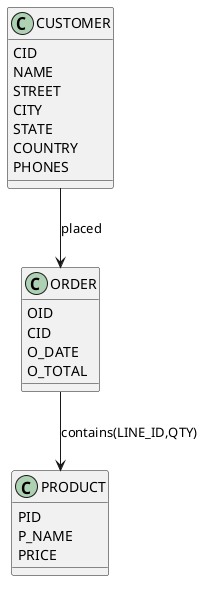
Above: 3_assignment_src/GraphDatabase.png in Dorfultariant/database-assignments (PlantUML), before the change. The source it was exported from:
```plantuml
@startuml GraphDatabase


class CUSTOMER {
  CID
  NAME
  STREET
  CITY
  STATE
  COUNTRY
  PHONES
}

class ORDER {
  OID
  CID
  O_DATE
  O_TOTAL
}

class PRODUCT {
  PID
  P_NAME
  PRICE
}

CUSTOMER --> ORDER : placed
ORDER --> PRODUCT : contains(LINE_ID,QTY)

@enduml
```
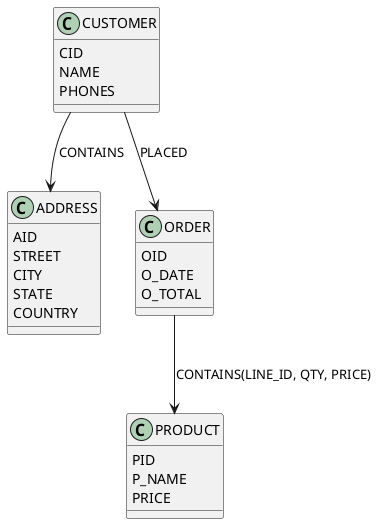
After the commit.

Commit message:
Assignment 3: Revised the plantumls and schemas as the original had few issues and missed points, added the discussion with the advantages and disadvantages

What changed in the source:
```diff
@@ -4,16 +4,19 @@
 class CUSTOMER {
   CID
   NAME
+  PHONES
+}
+
+class ADDRESS {
+  AID
   STREET
   CITY
   STATE
   COUNTRY
-  PHONES
 }
 
 class ORDER {
   OID
-  CID
   O_DATE
   O_TOTAL
 }
@@ -24,7 +27,8 @@
   PRICE
 }
 
-CUSTOMER --> ORDER : placed
-ORDER --> PRODUCT : contains(LINE_ID,QTY)
+CUSTOMER --> ADDRESS : CONTAINS
+CUSTOMER --> ORDER : PLACED
+ORDER --> PRODUCT : CONTAINS(LINE_ID, QTY, PRICE)
 
 @enduml
```
